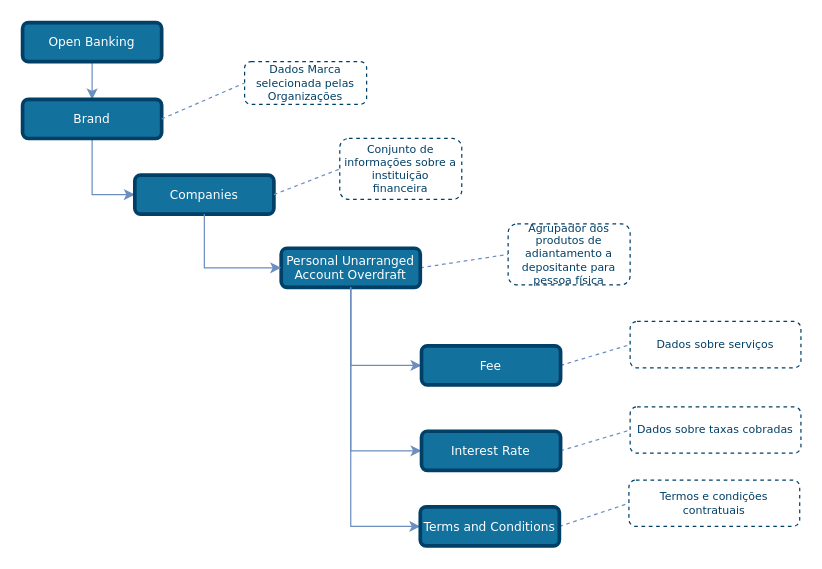
The draw.io diagram draw_io_diagrams/TLD_Personal_Unarranged_Account_Overdraft_v1.drawio in OpenBanking-Brasil/areadesenvolvedor, before the edit. Source tidied: cells renumbered, new cells numbered last; positions are measured from the earlier drawing's top-left corner, leaving out a move shared by most shapes. Both pictures are drawn from the tidied source at 122%, with x=0, y=0 at pixel (22, 22).
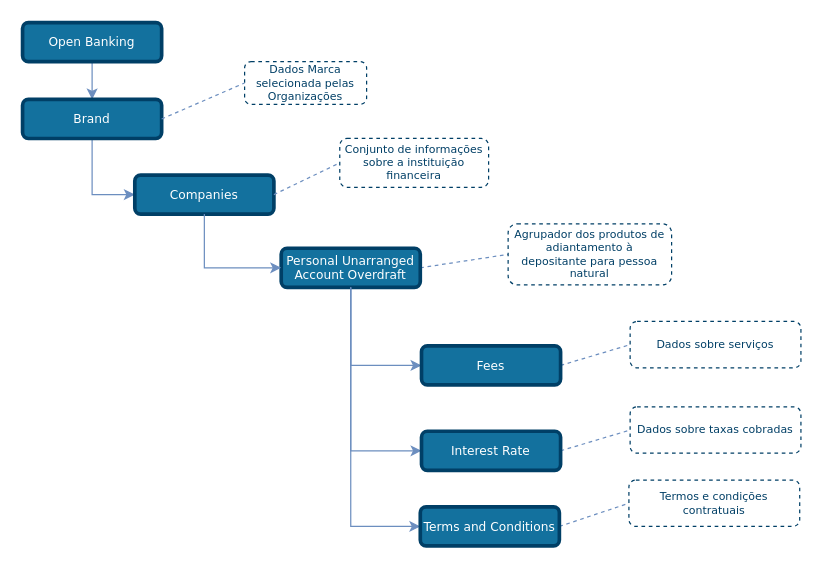
The same page after the edit.

Commit message (it also covers changes not shown here):
alteração diagramas e fotos PN em produtos e serv

Diff of the diagram source:
```diff
@@
-    <mxCell id="7" value="&lt;font style=&quot;font-size: 9px&quot;&gt;Agrupador dos produtos de adiantamento a depositante para pessoa física&lt;/font&gt;" style="rounded=1;whiteSpace=wrap;html=1;shadow=0;comic=0;strokeColor=#003F66;strokeWidth=1;fillColor=#ffffff;fontFamily=Verdana;fontSize=9;fontColor=#003F66;dashed=1;spacingLeft=5;spacing=0;spacingRight=5;spacingBottom=5;spacingTop=5;align=center;verticalAlign=middle;gradientColor=#ffffff;" parent="1" vertex="1">
-      <mxGeometry x="398" y="165" width="100" height="50" as="geometry" />
+    <mxCell id="7" value="&lt;font style=&quot;font-size: 9px&quot;&gt;Agrupador dos produtos de adiantamento à depositante para pessoa natural&lt;/font&gt;" style="rounded=1;whiteSpace=wrap;html=1;shadow=0;comic=0;strokeColor=#003F66;strokeWidth=1;fillColor=#ffffff;fontFamily=Verdana;fontSize=9;fontColor=#003F66;dashed=1;spacingLeft=5;spacing=0;spacingRight=5;spacingBottom=5;spacingTop=5;align=center;verticalAlign=middle;gradientColor=#ffffff;" parent="1" vertex="1">
+      <mxGeometry x="398" y="165" width="134" height="50" as="geometry" />
     </mxCell>
@@
     <mxCell id="17" value="&lt;font style=&quot;font-size: 9px&quot;&gt;Conjunto de informações sobre a instituição financeira&lt;/font&gt;" style="rounded=1;whiteSpace=wrap;html=1;shadow=0;comic=0;strokeColor=#003F66;strokeWidth=1;fillColor=#ffffff;gradientColor=#ffffff;fontFamily=Verdana;fontSize=9;fontColor=#003F66;dashed=1;spacingLeft=5;spacing=0;spacingRight=5;spacingBottom=5;spacingTop=5;align=center;verticalAlign=middle;" parent="1" vertex="1">
-      <mxGeometry x="260" y="95" width="100" height="50" as="geometry" />
+      <mxGeometry x="260" y="95" width="122" height="40" as="geometry" />
     </mxCell>
@@
-    <mxCell id="21" value="Fee" style="rounded=1;whiteSpace=wrap;html=1;comic=0;shadow=0;backgroundOutline=0;snapToPoint=0;fixDash=0;strokeWidth=3;fontFamily=Verdana;fontStyle=0;labelBackgroundColor=none;labelBorderColor=none;fontSize=10;fillColor=#13719E;strokeColor=#003F66;fontColor=#ffffff;" parent="1" vertex="1">
+    <mxCell id="21" value="Fees" style="rounded=1;whiteSpace=wrap;html=1;comic=0;shadow=0;backgroundOutline=0;snapToPoint=0;fixDash=0;strokeWidth=3;fontFamily=Verdana;fontStyle=0;labelBackgroundColor=none;labelBorderColor=none;fontSize=10;fillColor=#13719E;strokeColor=#003F66;fontColor=#ffffff;" parent="1" vertex="1">
       <mxGeometry x="327" y="265" width="114" height="32" as="geometry" />
     </mxCell>
```
